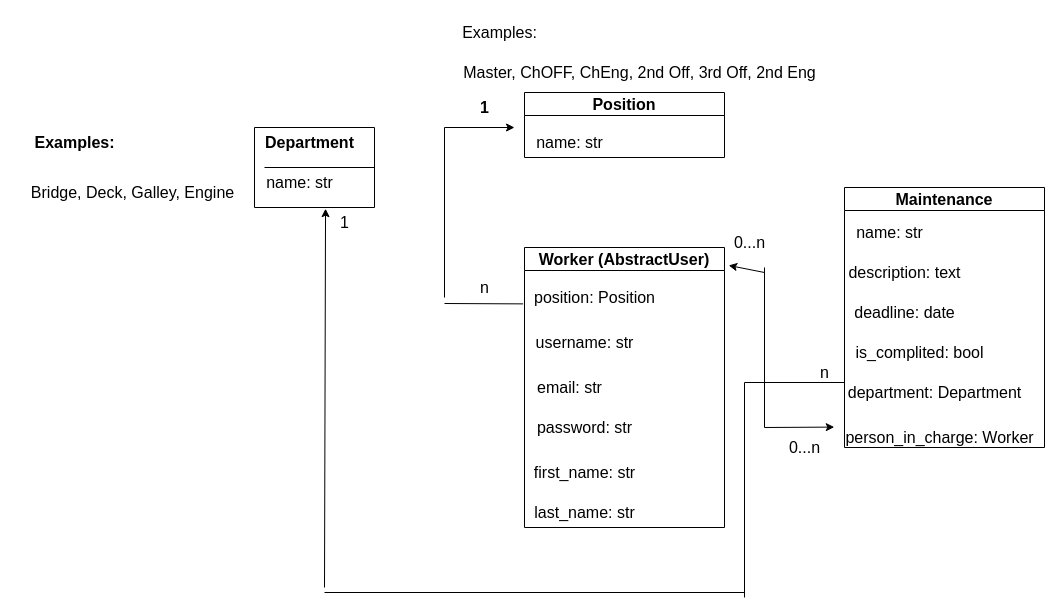
The draw.io diagram maintenance/models.drawio in romanshupak/maintenance-manager, before the edit. Source tidied: cells renumbered, new cells numbered last; positions are measured from the earlier drawing's top-left corner, leaving out a move shared by most shapes. Both pictures are drawn from the tidied source at 100%, with x=0, y=0 at pixel (17, 17).
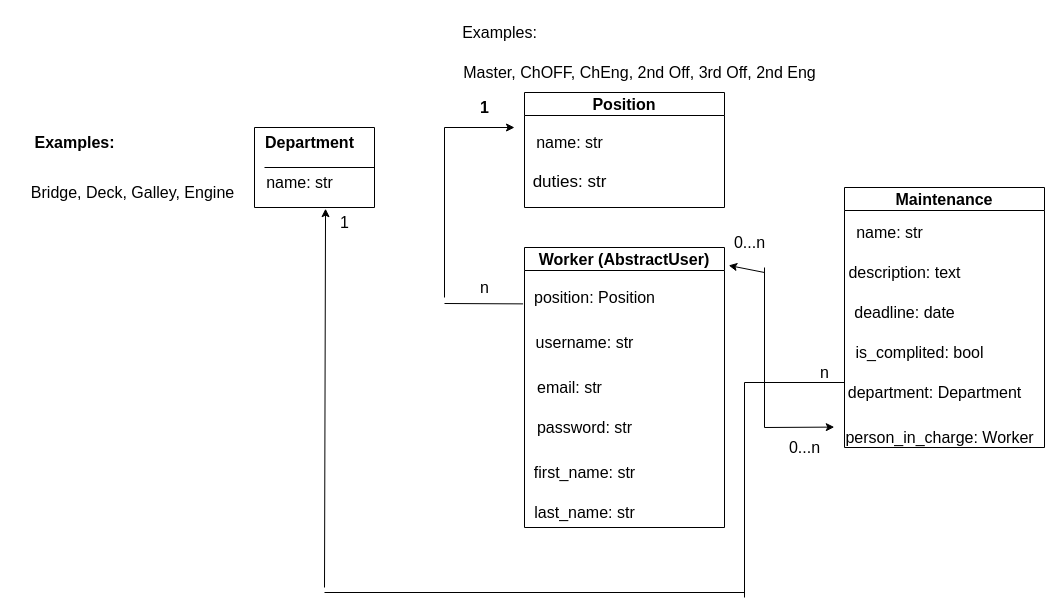
The same page after the edit.

The edit, as a diff of the source:
```diff
@@
     <mxCell id="8" value="Position" style="swimlane;whiteSpace=wrap;html=1;fontSize=16;" parent="1" vertex="1">
-      <mxGeometry x="507" y="75" width="200" height="65" as="geometry" />
+      <mxGeometry x="507" y="75" width="200" height="115" as="geometry" />
     </mxCell>
@@
+    <mxCell id="42" value="&lt;font style=&quot;font-size: 17px;&quot;&gt;duties: str&lt;/font&gt;" style="text;html=1;align=center;verticalAlign=middle;strokeColor=none;fillColor=none;" parent="8" vertex="1">
+      <mxGeometry x="-5" y="75" width="100" height="30" as="geometry" />
+    </mxCell>
```
